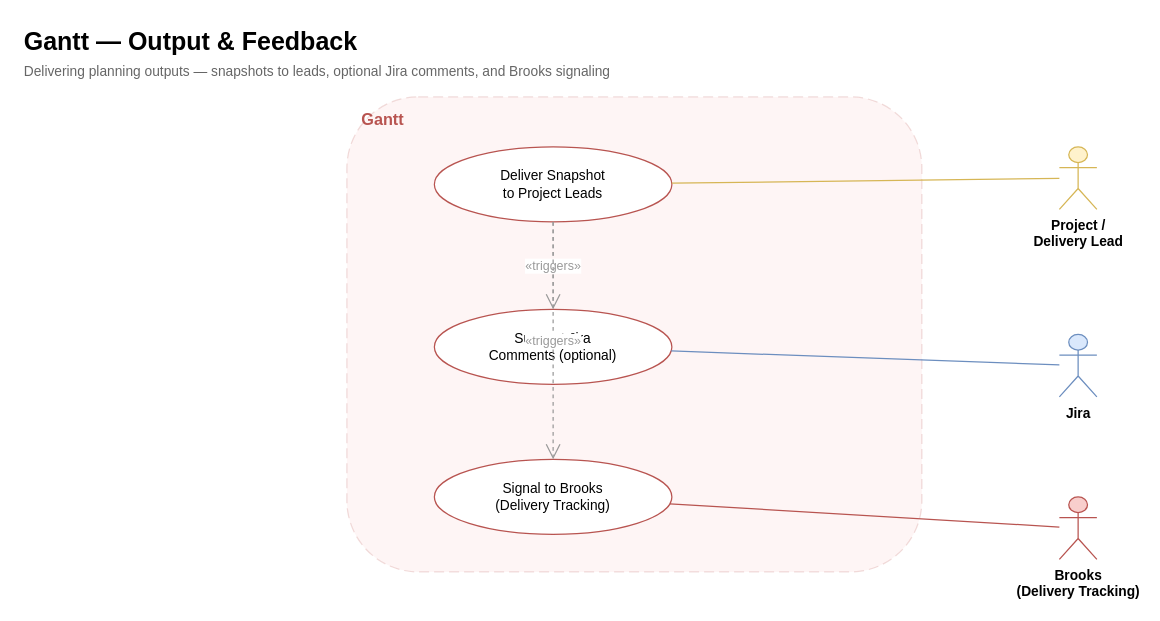
Earlier version of the draw.io diagram page "4 — Output & Feedback" (4 of 4) of docs/diagrams/workforce/GANTT_USE_CASE.drawio (jmac-cornelis/agent-workforce). Source tidied: cells renumbered, new cells numbered last; positions are measured from the earlier drawing's top-left corner, leaving out a move shared by most shapes. Both pictures are drawn from the tidied source at 125%, with x=0, y=0 at pixel (21, 21).
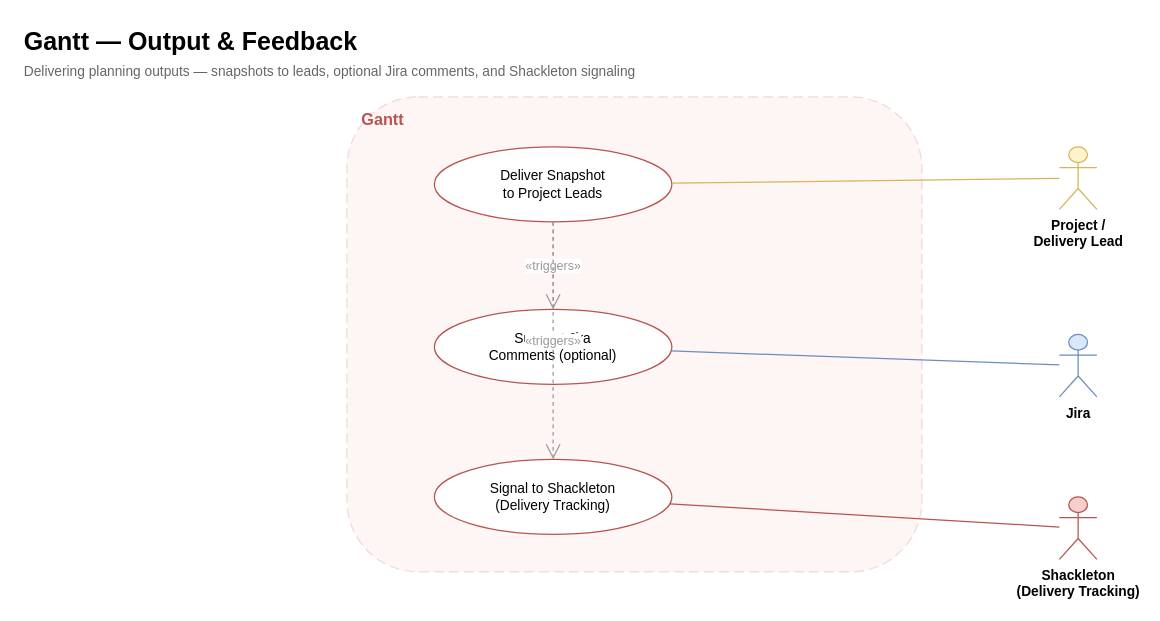
The same page after the edit.

The edit, as a diff of the source:
```diff
@@
 <mxGraphModel>
   <root>
     <mxCell id="0" />
     <mxCell id="1" parent="0" />
     <mxCell id="2" value="Gantt — Output &amp; Feedback" style="text;html=1;strokeColor=none;fillColor=none;align=left;verticalAlign=middle;fontSize=20;fontStyle=1;" parent="1" vertex="1">
       <mxGeometry width="450" height="30" as="geometry" />
     </mxCell>
-    <mxCell id="3" value="Delivering planning outputs — snapshots to leads, optional Jira comments, and Brooks signaling" style="text;html=1;strokeColor=none;fillColor=none;align=left;verticalAlign=middle;fontSize=11;fontColor=#666666;" parent="1" vertex="1">
+    <mxCell id="3" value="Delivering planning outputs — snapshots to leads, optional Jira comments, and Shackleton signaling" style="text;html=1;strokeColor=none;fillColor=none;align=left;verticalAlign=middle;fontSize=11;fontColor=#666666;" parent="1" vertex="1">
       <mxGeometry y="30" width="600" height="20" as="geometry" />
     </mxCell>
     <mxCell id="4" style="rounded=1;whiteSpace=wrap;html=1;fillColor=#f8cecc;strokeColor=#b85450;opacity=20;dashed=1;dashPattern=8 4;" parent="1" vertex="1">
       <mxGeometry x="260" y="60" width="460" height="380" as="geometry" />
     </mxCell>
     <mxCell id="5" value="Gantt" style="text;html=1;strokeColor=none;fillColor=none;align=left;verticalAlign=middle;fontSize=13;fontStyle=1;fontColor=#b85450;" parent="1" vertex="1">
       <mxGeometry x="270" y="65" width="80" height="25" as="geometry" />
     </mxCell>
     <mxCell id="6" value="Project /&lt;br&gt;Delivery Lead" style="shape=umlActor;verticalLabelPosition=bottom;verticalAlign=top;html=1;outlineConnect=0;fontSize=11;fontStyle=1;fillColor=#fff2cc;strokeColor=#d6b656;" parent="1" vertex="1">
       <mxGeometry x="830" y="100" width="30" height="50" as="geometry" />
     </mxCell>
     <mxCell id="7" value="Jira" style="shape=umlActor;verticalLabelPosition=bottom;verticalAlign=top;html=1;outlineConnect=0;fontSize=11;fontStyle=1;fillColor=#dae8fc;strokeColor=#6c8ebf;" parent="1" vertex="1">
       <mxGeometry x="830" y="250" width="30" height="50" as="geometry" />
     </mxCell>
-    <mxCell id="8" value="Brooks&lt;br&gt;(Delivery Tracking)" style="shape=umlActor;verticalLabelPosition=bottom;verticalAlign=top;html=1;outlineConnect=0;fontSize=11;fontStyle=1;fillColor=#f8cecc;strokeColor=#b85450;" parent="1" vertex="1">
+    <mxCell id="8" value="Shackleton&lt;br&gt;(Delivery Tracking)" style="shape=umlActor;verticalLabelPosition=bottom;verticalAlign=top;html=1;outlineConnect=0;fontSize=11;fontStyle=1;fillColor=#f8cecc;strokeColor=#b85450;" parent="1" vertex="1">
       <mxGeometry x="830" y="380" width="30" height="50" as="geometry" />
     </mxCell>
     <mxCell id="9" value="Deliver Snapshot&lt;br&gt;to Project Leads" style="ellipse;whiteSpace=wrap;html=1;fillColor=#ffffff;strokeColor=#b85450;fontSize=11;" parent="1" vertex="1">
       <mxGeometry x="330" y="100" width="190" height="60" as="geometry" />
     </mxCell>
     <mxCell id="10" value="Suggest Jira&lt;br&gt;Comments (optional)" style="ellipse;whiteSpace=wrap;html=1;fillColor=#ffffff;strokeColor=#b85450;fontSize=11;" parent="1" vertex="1">
       <mxGeometry x="330" y="230" width="190" height="60" as="geometry" />
     </mxCell>
-    <mxCell id="11" value="Signal to Brooks&lt;br&gt;(Delivery Tracking)" style="ellipse;whiteSpace=wrap;html=1;fillColor=#ffffff;strokeColor=#b85450;fontSize=11;" parent="1" vertex="1">
+    <mxCell id="11" value="Signal to Shackleton&lt;br&gt;(Delivery Tracking)" style="ellipse;whiteSpace=wrap;html=1;fillColor=#ffffff;strokeColor=#b85450;fontSize=11;" parent="1" vertex="1">
       <mxGeometry x="330" y="350" width="190" height="60" as="geometry" />
     </mxCell>
     <mxCell id="12" style="endArrow=none;html=1;strokeColor=#d6b656;" parent="1" edge="1" source="9" target="6">
       <mxGeometry relative="1" as="geometry" />
     </mxCell>
     <mxCell id="13" style="endArrow=none;html=1;strokeColor=#6c8ebf;" parent="1" edge="1" source="10" target="7">
       <mxGeometry relative="1" as="geometry" />
     </mxCell>
     <mxCell id="14" style="endArrow=none;html=1;strokeColor=#b85450;" parent="1" edge="1" source="11" target="8">
       <mxGeometry relative="1" as="geometry" />
     </mxCell>
     <mxCell id="15" value="&amp;laquo;triggers&amp;raquo;" style="endArrow=open;endSize=10;dashed=1;html=1;strokeColor=#999999;fontSize=10;fontColor=#999999;" parent="1" edge="1" source="9" target="10">
       <mxGeometry relative="1" as="geometry" />
     </mxCell>
     <mxCell id="16" value="&amp;laquo;triggers&amp;raquo;" style="endArrow=open;endSize=10;dashed=1;html=1;strokeColor=#999999;fontSize=10;fontColor=#999999;" parent="1" edge="1" source="9" target="11">
       <mxGeometry relative="1" as="geometry" />
     </mxCell>
   </root>
 </mxGraphModel>
```
